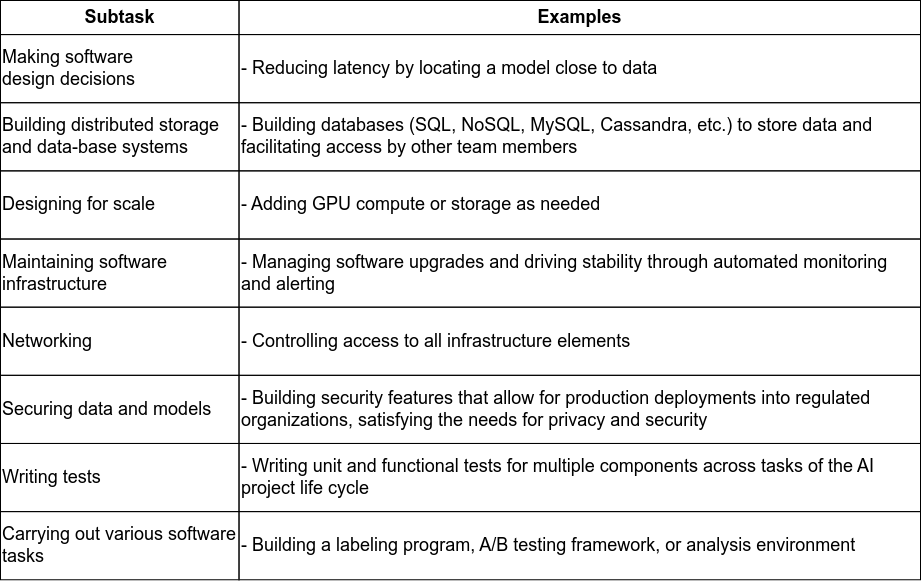
ryndovaira-org/data_science_lectures keeps this draw.io diagram as diagrams/tasks_ai_infrastructure.drawio.png. Above is the earlier version. Source tidied: cells renumbered, new cells last; positions are measured from the earlier drawing's top-left corner, leaving out a move shared by most shapes.
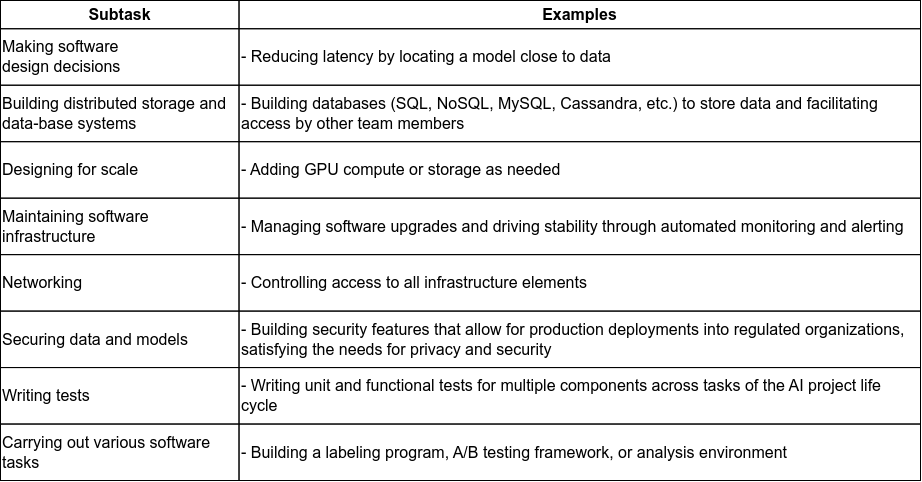
Above is the later version.

Diff of the diagram source:
```diff
@@ -2,62 +2,62 @@
   <root>
     <mxCell id="0" />
     <mxCell id="1" parent="0" />
-    <mxCell id="2" style="group;fontSize=18;" parent="1" vertex="1">
-      <mxGeometry width="920" height="579.3" as="geometry" />
+    <mxCell id="2" style="group;fontSize=16;" parent="1" vertex="1">
+      <mxGeometry width="920" height="480" as="geometry" />
     </mxCell>
-    <mxCell id="3" value="&lt;font style=&quot;font-size: 18px;&quot;&gt;Subtask&lt;/font&gt;" style="rounded=0;whiteSpace=wrap;html=1;fillColor=none;fontSize=18;fontStyle=1;" parent="2" vertex="1">
-      <mxGeometry width="238.5" height="34.1" as="geometry" />
+    <mxCell id="3" value="&lt;font style=&quot;font-size: 16px;&quot;&gt;Subtask&lt;/font&gt;" style="rounded=0;whiteSpace=wrap;html=1;fillColor=none;fontSize=16;fontStyle=1;" parent="2" vertex="1">
+      <mxGeometry width="238.5" height="28.2" as="geometry" />
     </mxCell>
-    <mxCell id="4" value="&lt;font style=&quot;font-size: 18px;&quot;&gt;Examples&lt;/font&gt;" style="rounded=0;whiteSpace=wrap;html=1;fillColor=none;fontSize=18;fontStyle=1;" parent="2" vertex="1">
-      <mxGeometry x="238.5" width="681.5" height="34.1" as="geometry" />
+    <mxCell id="4" value="&lt;font style=&quot;font-size: 16px;&quot;&gt;Examples&lt;/font&gt;" style="rounded=0;whiteSpace=wrap;html=1;fillColor=none;fontSize=16;fontStyle=1;" parent="2" vertex="1">
+      <mxGeometry x="238.5" width="681.5" height="28.2" as="geometry" />
     </mxCell>
-    <mxCell id="5" value="&lt;div style=&quot;font-size: 18px;&quot;&gt;&lt;font style=&quot;font-size: 18px;&quot;&gt;Making software design&amp;nbsp;&lt;span style=&quot;background-color: initial; font-size: 18px;&quot;&gt;decisions&lt;/span&gt;&lt;/font&gt;&lt;/div&gt;" style="rounded=0;whiteSpace=wrap;html=1;align=left;fontSize=18;fillColor=none;" parent="2" vertex="1">
-      <mxGeometry y="34.1" width="238.5" height="68.1" as="geometry" />
+    <mxCell id="5" value="&lt;div style=&quot;font-size: 16px;&quot;&gt;&lt;font style=&quot;font-size: 16px;&quot;&gt;Making software design&amp;nbsp;&lt;span style=&quot;background-color: initial; font-size: 16px;&quot;&gt;decisions&lt;/span&gt;&lt;/font&gt;&lt;/div&gt;" style="rounded=0;whiteSpace=wrap;html=1;align=left;fontSize=16;fillColor=none;" parent="2" vertex="1">
+      <mxGeometry y="28.2" width="238.5" height="56.5" as="geometry" />
     </mxCell>
-    <mxCell id="6" value="&lt;font style=&quot;font-size: 18px;&quot;&gt;- Reducing latency by locating a model close to data&lt;/font&gt;" style="rounded=0;whiteSpace=wrap;html=1;align=left;fontSize=18;fillColor=none;" parent="2" vertex="1">
-      <mxGeometry x="238.5" y="34.1" width="681.5" height="68.1" as="geometry" />
+    <mxCell id="6" value="&lt;font style=&quot;font-size: 16px;&quot;&gt;- Reducing latency by locating a model close to data&lt;/font&gt;" style="rounded=0;whiteSpace=wrap;html=1;align=left;fontSize=16;fillColor=none;" parent="2" vertex="1">
+      <mxGeometry x="238.5" y="28.2" width="681.5" height="56.5" as="geometry" />
     </mxCell>
-    <mxCell id="7" value="&lt;div style=&quot;font-size: 18px;&quot;&gt;&lt;font style=&quot;font-size: 18px;&quot;&gt;Building&amp;nbsp;&lt;span style=&quot;font-size: 18px;&quot;&gt;distributed storage and data-&lt;/span&gt;&lt;span style=&quot;font-size: 18px;&quot;&gt;base systems&lt;/span&gt;&lt;/font&gt;&lt;/div&gt;" style="rounded=0;html=1;fontSize=18;align=left;labelBackgroundColor=none;fillColor=none;whiteSpace=wrap;" parent="2" vertex="1">
-      <mxGeometry y="102.2" width="238.5" height="68.1" as="geometry" />
+    <mxCell id="7" value="&lt;div style=&quot;font-size: 16px;&quot;&gt;&lt;font style=&quot;font-size: 16px;&quot;&gt;Building&amp;nbsp;&lt;span style=&quot;font-size: 16px;&quot;&gt;distributed storage and data-&lt;/span&gt;&lt;span style=&quot;font-size: 16px;&quot;&gt;base systems&lt;/span&gt;&lt;/font&gt;&lt;/div&gt;" style="rounded=0;html=1;fontSize=16;align=left;labelBackgroundColor=none;fillColor=none;whiteSpace=wrap;" parent="2" vertex="1">
+      <mxGeometry y="84.7" width="238.5" height="56.5" as="geometry" />
     </mxCell>
-    <mxCell id="8" value="-&amp;nbsp;&lt;span style=&quot;background-color: initial; font-size: 18px;&quot;&gt;Building databases (SQL, NoSQL, MySQL, Cassandra, etc.) to store data&amp;nbsp;&lt;/span&gt;&lt;span style=&quot;background-color: initial; font-size: 18px;&quot;&gt;and facilitating access by other team members&lt;/span&gt;" style="rounded=0;html=1;fontSize=18;align=left;labelBackgroundColor=none;fillColor=none;whiteSpace=wrap;" parent="2" vertex="1">
-      <mxGeometry x="238.5" y="102.2" width="681.5" height="68.1" as="geometry" />
+    <mxCell id="8" value="-&amp;nbsp;&lt;span style=&quot;background-color: initial; font-size: 16px;&quot;&gt;Building databases (SQL, NoSQL, MySQL, Cassandra, etc.) to store data&amp;nbsp;&lt;/span&gt;&lt;span style=&quot;background-color: initial; font-size: 16px;&quot;&gt;and facilitating access by other team members&lt;/span&gt;" style="rounded=0;html=1;fontSize=16;align=left;labelBackgroundColor=none;fillColor=none;whiteSpace=wrap;" parent="2" vertex="1">
+      <mxGeometry x="238.5" y="84.7" width="681.5" height="56.5" as="geometry" />
     </mxCell>
-    <mxCell id="9" value="Designing for scale" style="rounded=0;html=1;fontSize=18;align=left;labelBackgroundColor=none;fillColor=none;whiteSpace=wrap;" parent="2" vertex="1">
-      <mxGeometry y="170.4" width="238.5" height="68.1" as="geometry" />
+    <mxCell id="9" value="Designing for scale" style="rounded=0;html=1;fontSize=16;align=left;labelBackgroundColor=none;fillColor=none;whiteSpace=wrap;" parent="2" vertex="1">
+      <mxGeometry y="141.2" width="238.5" height="56.5" as="geometry" />
     </mxCell>
-    <mxCell id="10" value="- Adding GPU compute or storage as needed" style="rounded=0;html=1;fontSize=18;align=left;labelBackgroundColor=none;fillColor=none;whiteSpace=wrap;" parent="2" vertex="1">
-      <mxGeometry x="238.5" y="170.4" width="681.5" height="68.1" as="geometry" />
+    <mxCell id="10" value="- Adding GPU compute or storage as needed" style="rounded=0;html=1;fontSize=16;align=left;labelBackgroundColor=none;fillColor=none;whiteSpace=wrap;" parent="2" vertex="1">
+      <mxGeometry x="238.5" y="141.2" width="681.5" height="56.5" as="geometry" />
     </mxCell>
-    <mxCell id="11" value="Maintaining software infrastructure" style="rounded=0;html=1;fontSize=18;align=left;labelBackgroundColor=none;fillColor=none;whiteSpace=wrap;" parent="2" vertex="1">
-      <mxGeometry y="238.5" width="238.5" height="68.1" as="geometry" />
+    <mxCell id="11" value="Maintaining software infrastructure" style="rounded=0;html=1;fontSize=16;align=left;labelBackgroundColor=none;fillColor=none;whiteSpace=wrap;" parent="2" vertex="1">
+      <mxGeometry y="197.6" width="238.5" height="56.5" as="geometry" />
     </mxCell>
-    <mxCell id="12" value="-&amp;nbsp;&lt;span style=&quot;background-color: initial; font-size: 18px;&quot;&gt;Managing software upgrades and driving stability through automated&amp;nbsp;&lt;/span&gt;&lt;span style=&quot;background-color: initial; font-size: 18px;&quot;&gt;monitoring and alerting&lt;/span&gt;" style="rounded=0;html=1;fontSize=18;align=left;labelBackgroundColor=none;fillColor=none;whiteSpace=wrap;" parent="2" vertex="1">
-      <mxGeometry x="238.5" y="238.5" width="681.5" height="68.1" as="geometry" />
+    <mxCell id="12" value="-&amp;nbsp;&lt;span style=&quot;background-color: initial; font-size: 16px;&quot;&gt;Managing software upgrades and driving stability through automated&amp;nbsp;&lt;/span&gt;&lt;span style=&quot;background-color: initial; font-size: 16px;&quot;&gt;monitoring and alerting&lt;/span&gt;" style="rounded=0;html=1;fontSize=16;align=left;labelBackgroundColor=none;fillColor=none;whiteSpace=wrap;" parent="2" vertex="1">
+      <mxGeometry x="238.5" y="197.6" width="681.5" height="56.5" as="geometry" />
     </mxCell>
-    <mxCell id="13" value="Networking" style="rounded=0;html=1;fontSize=18;align=left;labelBackgroundColor=none;fillColor=none;whiteSpace=wrap;" parent="2" vertex="1">
-      <mxGeometry y="306.7" width="238.5" height="68.1" as="geometry" />
+    <mxCell id="13" value="Networking" style="rounded=0;html=1;fontSize=16;align=left;labelBackgroundColor=none;fillColor=none;whiteSpace=wrap;" parent="2" vertex="1">
+      <mxGeometry y="254.1" width="238.5" height="56.5" as="geometry" />
     </mxCell>
-    <mxCell id="14" value="- Controlling access to all infrastructure elements" style="rounded=0;html=1;fontSize=18;align=left;labelBackgroundColor=none;fillColor=none;whiteSpace=wrap;" parent="2" vertex="1">
-      <mxGeometry x="238.5" y="306.7" width="681.5" height="68.1" as="geometry" />
+    <mxCell id="14" value="- Controlling access to all infrastructure elements" style="rounded=0;html=1;fontSize=16;align=left;labelBackgroundColor=none;fillColor=none;whiteSpace=wrap;" parent="2" vertex="1">
+      <mxGeometry x="238.5" y="254.1" width="681.5" height="56.5" as="geometry" />
     </mxCell>
-    <mxCell id="15" value="Securing data and models" style="rounded=0;html=1;fontSize=18;align=left;labelBackgroundColor=none;fillColor=none;whiteSpace=wrap;" parent="2" vertex="1">
-      <mxGeometry y="374.8" width="238.5" height="68.1" as="geometry" />
+    <mxCell id="15" value="Securing data and models" style="rounded=0;html=1;fontSize=16;align=left;labelBackgroundColor=none;fillColor=none;whiteSpace=wrap;" parent="2" vertex="1">
+      <mxGeometry y="310.6" width="238.5" height="56.5" as="geometry" />
     </mxCell>
-    <mxCell id="16" value="-&amp;nbsp;&lt;span style=&quot;background-color: initial; font-size: 18px;&quot;&gt;Building security features that allow for production deployments into&amp;nbsp;&lt;/span&gt;&lt;span style=&quot;background-color: initial; font-size: 18px;&quot;&gt;regulated organizations, satisfying the needs for privacy and security&lt;/span&gt;" style="rounded=0;html=1;fontSize=18;align=left;labelBackgroundColor=none;fillColor=none;whiteSpace=wrap;" parent="2" vertex="1">
-      <mxGeometry x="238.5" y="374.8" width="681.5" height="68.1" as="geometry" />
+    <mxCell id="16" value="-&amp;nbsp;&lt;span style=&quot;background-color: initial; font-size: 16px;&quot;&gt;Building security features that allow for production deployments into&amp;nbsp;&lt;/span&gt;&lt;span style=&quot;background-color: initial; font-size: 16px;&quot;&gt;regulated organizations, satisfying the needs for privacy and security&lt;/span&gt;" style="rounded=0;html=1;fontSize=16;align=left;labelBackgroundColor=none;fillColor=none;whiteSpace=wrap;" parent="2" vertex="1">
+      <mxGeometry x="238.5" y="310.6" width="681.5" height="56.5" as="geometry" />
     </mxCell>
-    <mxCell id="17" value="Writing tests" style="rounded=0;html=1;fontSize=18;align=left;labelBackgroundColor=none;fillColor=none;whiteSpace=wrap;" parent="2" vertex="1">
-      <mxGeometry y="443" width="238.5" height="68.1" as="geometry" />
+    <mxCell id="17" value="Writing tests" style="rounded=0;html=1;fontSize=16;align=left;labelBackgroundColor=none;fillColor=none;whiteSpace=wrap;" parent="2" vertex="1">
+      <mxGeometry y="367.1" width="238.5" height="56.5" as="geometry" />
     </mxCell>
-    <mxCell id="18" value="-&amp;nbsp;&lt;span style=&quot;background-color: initial; font-size: 18px;&quot;&gt;Writing unit and functional tests for multiple components across tasks&amp;nbsp;&lt;/span&gt;&lt;span style=&quot;background-color: initial; font-size: 18px;&quot;&gt;of the AI project life cycle&lt;/span&gt;" style="rounded=0;html=1;fontSize=18;align=left;labelBackgroundColor=none;fillColor=none;whiteSpace=wrap;" parent="2" vertex="1">
-      <mxGeometry x="238.5" y="443" width="681.5" height="68.1" as="geometry" />
+    <mxCell id="18" value="-&amp;nbsp;&lt;span style=&quot;background-color: initial; font-size: 16px;&quot;&gt;Writing unit and functional tests for multiple components across tasks&amp;nbsp;&lt;/span&gt;&lt;span style=&quot;background-color: initial; font-size: 16px;&quot;&gt;of the AI project life cycle&lt;/span&gt;" style="rounded=0;html=1;fontSize=16;align=left;labelBackgroundColor=none;fillColor=none;whiteSpace=wrap;" parent="2" vertex="1">
+      <mxGeometry x="238.5" y="367.1" width="681.5" height="56.5" as="geometry" />
     </mxCell>
-    <mxCell id="19" value="&lt;div style=&quot;font-size: 18px;&quot;&gt;Carrying out&amp;nbsp;&lt;span style=&quot;background-color: initial; font-size: 18px;&quot;&gt;various software tasks&lt;/span&gt;&lt;/div&gt;" style="rounded=0;html=1;fontSize=18;align=left;labelBackgroundColor=none;fillColor=none;whiteSpace=wrap;" parent="2" vertex="1">
-      <mxGeometry y="511.1" width="238.5" height="68.1" as="geometry" />
+    <mxCell id="19" value="&lt;div style=&quot;font-size: 16px;&quot;&gt;Carrying out&amp;nbsp;&lt;span style=&quot;background-color: initial; font-size: 16px;&quot;&gt;various software tasks&lt;/span&gt;&lt;/div&gt;" style="rounded=0;html=1;fontSize=16;align=left;labelBackgroundColor=none;fillColor=none;whiteSpace=wrap;" parent="2" vertex="1">
+      <mxGeometry y="423.5" width="238.5" height="56.5" as="geometry" />
     </mxCell>
-    <mxCell id="20" value="-&amp;nbsp;&lt;span style=&quot;background-color: initial; font-size: 18px;&quot;&gt;Building a labeling program, A/B testing framework, or analysis&amp;nbsp;&lt;/span&gt;&lt;span style=&quot;background-color: initial; font-size: 18px;&quot;&gt;environment&lt;/span&gt;" style="rounded=0;html=1;fontSize=18;align=left;labelBackgroundColor=none;fillColor=none;whiteSpace=wrap;" parent="2" vertex="1">
-      <mxGeometry x="238.5" y="511.1" width="681.5" height="68.1" as="geometry" />
+    <mxCell id="20" value="-&amp;nbsp;&lt;span style=&quot;background-color: initial; font-size: 16px;&quot;&gt;Building a labeling program, A/B testing framework, or analysis&amp;nbsp;&lt;/span&gt;&lt;span style=&quot;background-color: initial; font-size: 16px;&quot;&gt;environment&lt;/span&gt;" style="rounded=0;html=1;fontSize=16;align=left;labelBackgroundColor=none;fillColor=none;whiteSpace=wrap;" parent="2" vertex="1">
+      <mxGeometry x="238.5" y="423.5" width="681.5" height="56.5" as="geometry" />
     </mxCell>
   </root>
 </mxGraphModel>
```
